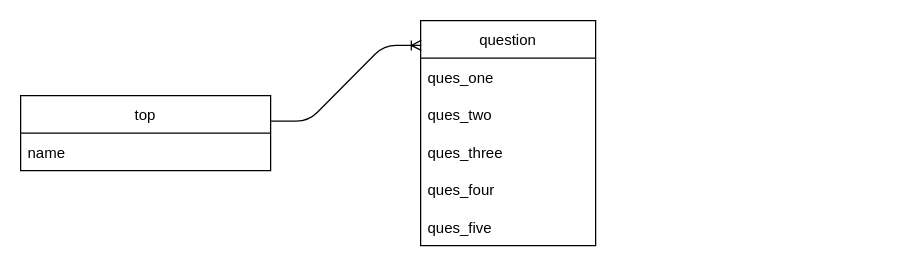
Before: dio/image.dio in hikobend/looks, a draw.io diagram. Source tidied: cells renumbered, new cells numbered last; positions are measured from the earlier drawing's top-left corner, leaving out a move shared by most shapes. Both pictures are drawn from the tidied source at 125%, with x=0, y=0 at pixel (20, 20).
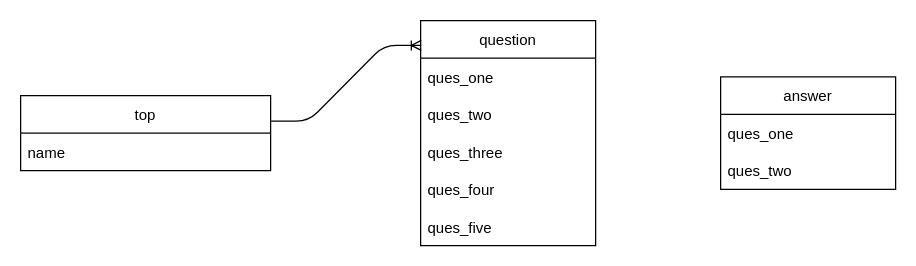
Above is the later version.

Change to the diagram source:
```diff
@@
 <mxGraphModel>
   <root>
     <mxCell id="0" />
     <mxCell id="1" parent="0" />
     <mxCell id="2" value="top" style="swimlane;fontStyle=0;horizontal=1;startSize=30;" parent="1" vertex="1">
       <mxGeometry y="60" width="200" height="60" as="geometry" />
     </mxCell>
     <mxCell id="3" value="name" style="text;strokeColor=none;fillColor=none;align=left;verticalAlign=middle;spacingLeft=4;spacingRight=4;overflow=hidden;" parent="2" vertex="1">
       <mxGeometry y="30" width="200" height="30" as="geometry" />
     </mxCell>
     <mxCell id="4" value="question" style="swimlane;fontStyle=0;horizontal=1;startSize=30;" parent="1" vertex="1">
       <mxGeometry x="320" width="140" height="180" as="geometry" />
     </mxCell>
     <mxCell id="5" value="ques_one" style="text;strokeColor=none;fillColor=none;align=left;verticalAlign=middle;spacingLeft=4;spacingRight=4;overflow=hidden;" parent="4" vertex="1">
       <mxGeometry y="30" width="140" height="30" as="geometry" />
     </mxCell>
     <mxCell id="6" value="ques_two" style="text;strokeColor=none;fillColor=none;align=left;verticalAlign=middle;spacingLeft=4;spacingRight=4;overflow=hidden;" parent="4" vertex="1">
       <mxGeometry y="60" width="140" height="30" as="geometry" />
     </mxCell>
     <mxCell id="7" value="ques_three" style="text;strokeColor=none;fillColor=none;align=left;verticalAlign=middle;spacingLeft=4;spacingRight=4;overflow=hidden;" parent="4" vertex="1">
       <mxGeometry y="90" width="140" height="30" as="geometry" />
     </mxCell>
     <mxCell id="8" value="ques_four" style="text;strokeColor=none;fillColor=none;align=left;verticalAlign=middle;spacingLeft=4;spacingRight=4;overflow=hidden;" parent="4" vertex="1">
       <mxGeometry y="120" width="140" height="30" as="geometry" />
     </mxCell>
     <mxCell id="9" value="ques_five" style="text;strokeColor=none;fillColor=none;align=left;verticalAlign=middle;spacingLeft=4;spacingRight=4;overflow=hidden;" parent="4" vertex="1">
       <mxGeometry y="150" width="140" height="30" as="geometry" />
     </mxCell>
     <mxCell id="10" style="edgeStyle=entityRelationEdgeStyle;fontSize=12;html=1;endArrow=ERoneToMany;exitX=1.002;exitY=0.339;exitDx=0;exitDy=0;entryX=0.004;entryY=0.11;entryDx=0;entryDy=0;entryPerimeter=0;exitPerimeter=0;" parent="1" edge="1" source="2" target="4">
       <mxGeometry relative="1" as="geometry" />
     </mxCell>
+    <mxCell id="11" value="answer" style="swimlane;fontStyle=0;horizontal=1;startSize=30;" parent="1" vertex="1">
+      <mxGeometry x="560" y="45" width="140" height="90" as="geometry" />
+    </mxCell>
+    <mxCell id="12" value="ques_one" style="text;strokeColor=none;fillColor=none;align=left;verticalAlign=middle;spacingLeft=4;spacingRight=4;overflow=hidden;" parent="11" vertex="1">
+      <mxGeometry y="30" width="140" height="30" as="geometry" />
+    </mxCell>
+    <mxCell id="13" value="ques_two" style="text;strokeColor=none;fillColor=none;align=left;verticalAlign=middle;spacingLeft=4;spacingRight=4;overflow=hidden;" parent="11" vertex="1">
+      <mxGeometry y="60" width="140" height="30" as="geometry" />
+    </mxCell>
   </root>
 </mxGraphModel>
```
